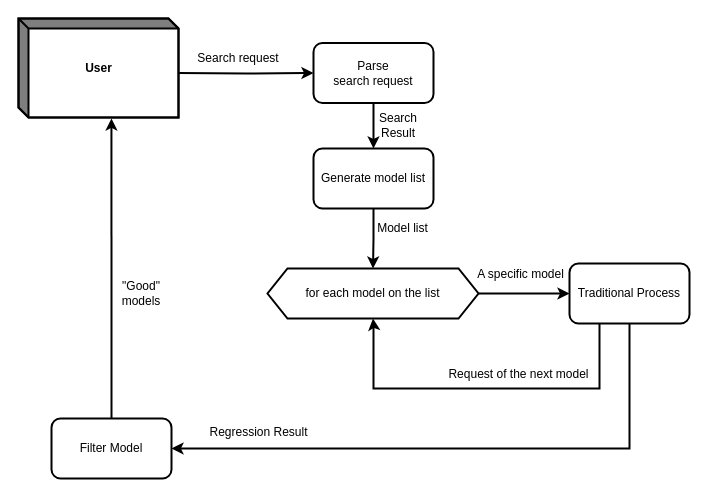
Above: page "Page-1" (1 of 2) of vignettes/Images/pydynpd.drawio in dazhwu/pydynpd (draw.io), before the change. Source tidied: cells renumbered, new cells numbered last; positions are measured from the earlier drawing's top-left corner, leaving out a move shared by most shapes. Both pictures are drawn from the tidied source at 100%, with x=0, y=0 at pixel (18, 18).
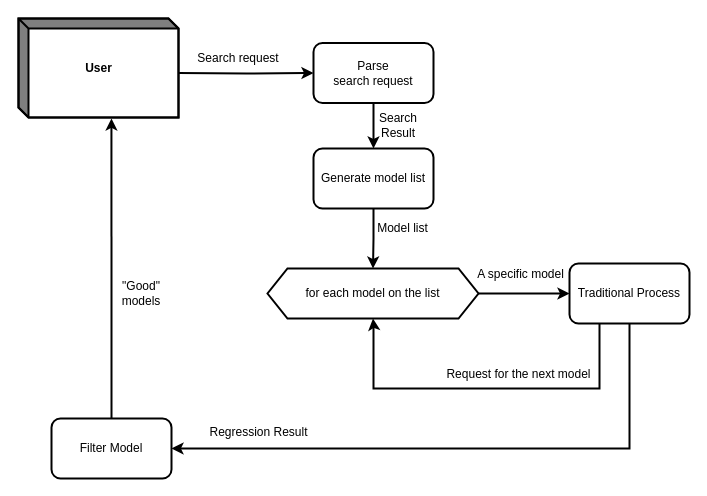
The same diagram, later.

The edit, as a diff of the source:
```diff
@@
-    <mxCell id="15" value="Request of the next model" style="text;html=1;align=center;verticalAlign=middle;strokeColor=none;fillColor=none;fontSize=12;fontColor=default;" parent="1" vertex="1">
+    <mxCell id="15" value="Request for the next model" style="text;html=1;align=center;verticalAlign=middle;strokeColor=none;fillColor=none;fontSize=12;fontColor=default;" parent="1" vertex="1">
       <mxGeometry x="420" y="346" width="160" height="20" as="geometry" />
     </mxCell>
```
